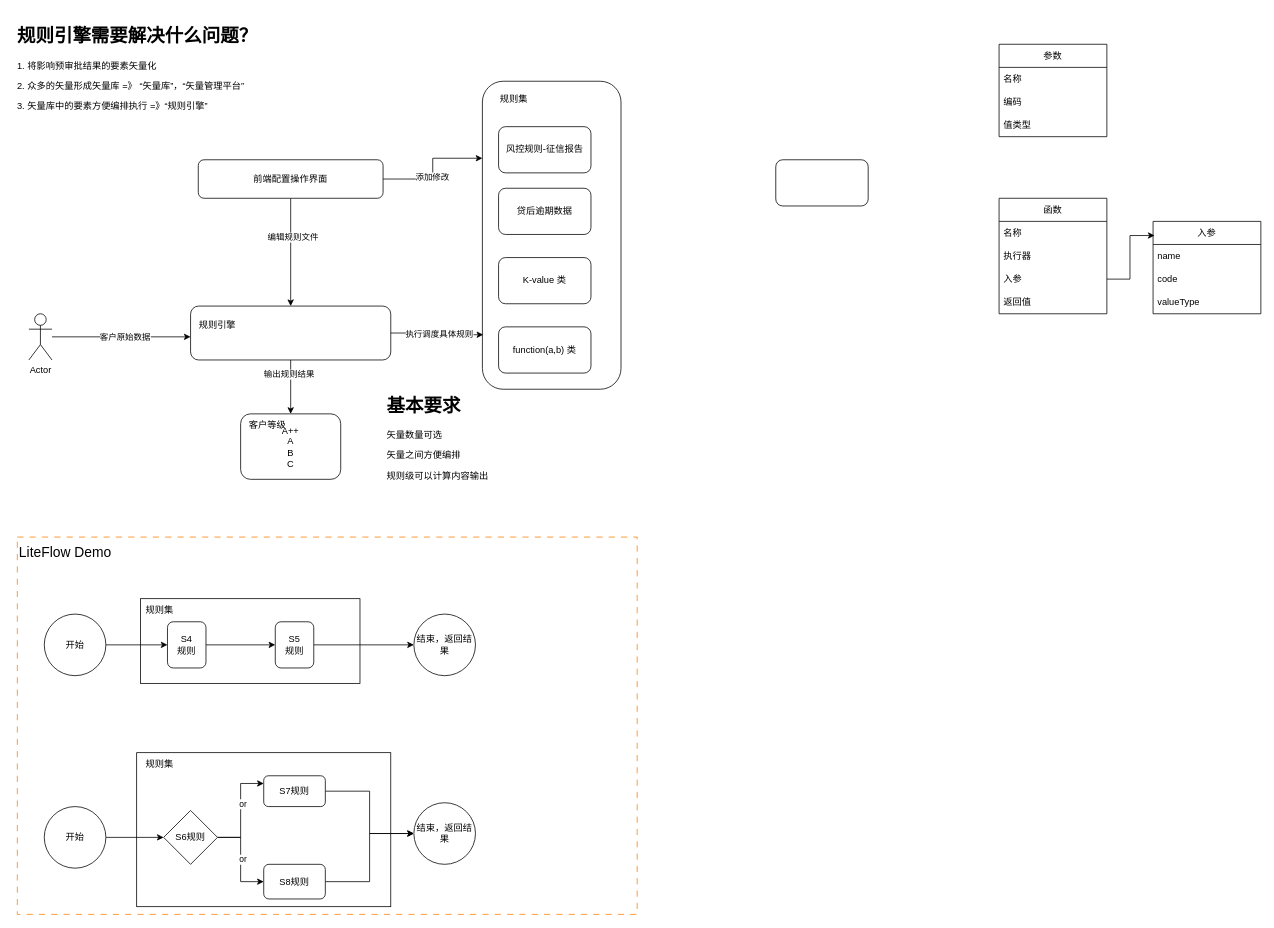
XiongZen/QJReconstitution keeps this draw.io diagram as 规则引擎-规则集.drawio. Above is the earlier version. Source tidied: cells renumbered, new cells numbered last; positions are measured from the earlier drawing's top-left corner, leaving out a move shared by most shapes. Both pictures are drawn from the tidied source at 77%, with x=0, y=0 at pixel (13, 21).
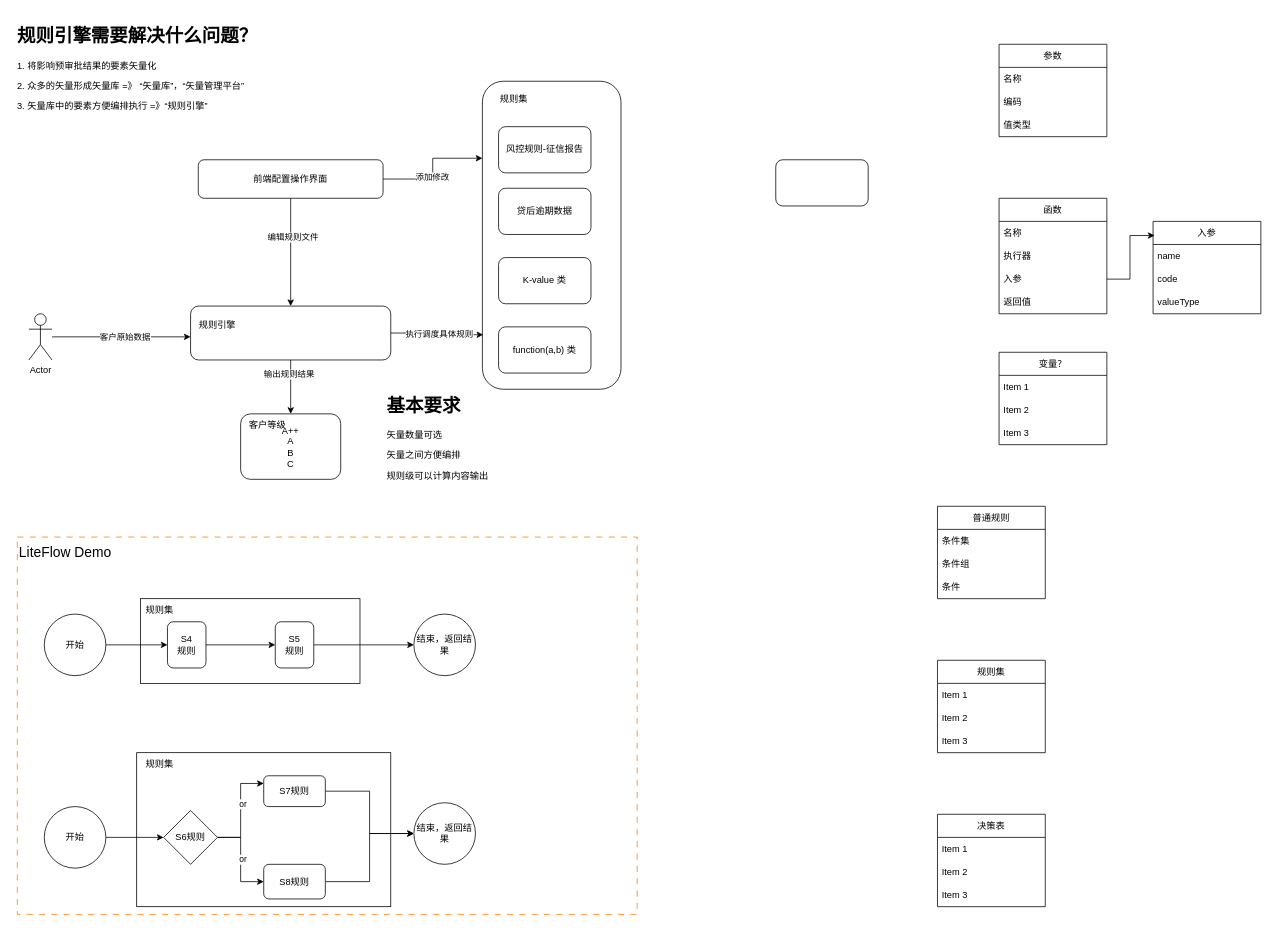
The same page after the edit.

Commit message:
更新规则引擎-规则集.drawio

Diff of the diagram source:
```diff
@@
+    <mxCell id="66" value="变量？" style="swimlane;fontStyle=0;horizontal=1;startSize=30;whiteSpace=wrap;html=1;" parent="1" vertex="1">
+      <mxGeometry x="1280" y="430" width="140" height="120" as="geometry" />
+    </mxCell>
+    <mxCell id="67" value="Item 1" style="text;strokeColor=none;fillColor=none;align=left;verticalAlign=middle;spacingLeft=4;spacingRight=4;overflow=hidden;whiteSpace=wrap;html=1;" parent="66" vertex="1">
+      <mxGeometry y="30" width="140" height="30" as="geometry" />
+    </mxCell>
+    <mxCell id="68" value="Item 2" style="text;strokeColor=none;fillColor=none;align=left;verticalAlign=middle;spacingLeft=4;spacingRight=4;overflow=hidden;whiteSpace=wrap;html=1;" parent="66" vertex="1">
+      <mxGeometry y="60" width="140" height="30" as="geometry" />
+    </mxCell>
+    <mxCell id="69" value="Item 3" style="text;strokeColor=none;fillColor=none;align=left;verticalAlign=middle;spacingLeft=4;spacingRight=4;overflow=hidden;whiteSpace=wrap;html=1;" parent="66" vertex="1">
+      <mxGeometry y="90" width="140" height="30" as="geometry" />
+    </mxCell>
+    <mxCell id="70" value="普通规则" style="swimlane;fontStyle=0;horizontal=1;startSize=30;whiteSpace=wrap;html=1;" parent="1" vertex="1">
+      <mxGeometry x="1200" y="630" width="140" height="120" as="geometry" />
+    </mxCell>
+    <mxCell id="71" value="条件集" style="text;strokeColor=none;fillColor=none;align=left;verticalAlign=middle;spacingLeft=4;spacingRight=4;overflow=hidden;whiteSpace=wrap;html=1;" parent="70" vertex="1">
+      <mxGeometry y="30" width="140" height="30" as="geometry" />
+    </mxCell>
+    <mxCell id="72" value="条件组" style="text;strokeColor=none;fillColor=none;align=left;verticalAlign=middle;spacingLeft=4;spacingRight=4;overflow=hidden;whiteSpace=wrap;html=1;" parent="70" vertex="1">
+      <mxGeometry y="60" width="140" height="30" as="geometry" />
+    </mxCell>
+    <mxCell id="73" value="条件" style="text;strokeColor=none;fillColor=none;align=left;verticalAlign=middle;spacingLeft=4;spacingRight=4;overflow=hidden;whiteSpace=wrap;html=1;" parent="70" vertex="1">
+      <mxGeometry y="90" width="140" height="30" as="geometry" />
+    </mxCell>
+    <mxCell id="74" value="规则集" style="swimlane;fontStyle=0;horizontal=1;startSize=30;whiteSpace=wrap;html=1;" parent="1" vertex="1">
+      <mxGeometry x="1200" y="830" width="140" height="120" as="geometry" />
+    </mxCell>
+    <mxCell id="75" value="Item 1" style="text;strokeColor=none;fillColor=none;align=left;verticalAlign=middle;spacingLeft=4;spacingRight=4;overflow=hidden;whiteSpace=wrap;html=1;" parent="74" vertex="1">
+      <mxGeometry y="30" width="140" height="30" as="geometry" />
+    </mxCell>
+    <mxCell id="76" value="Item 2" style="text;strokeColor=none;fillColor=none;align=left;verticalAlign=middle;spacingLeft=4;spacingRight=4;overflow=hidden;whiteSpace=wrap;html=1;" parent="74" vertex="1">
+      <mxGeometry y="60" width="140" height="30" as="geometry" />
+    </mxCell>
+    <mxCell id="77" value="Item 3" style="text;strokeColor=none;fillColor=none;align=left;verticalAlign=middle;spacingLeft=4;spacingRight=4;overflow=hidden;whiteSpace=wrap;html=1;" parent="74" vertex="1">
+      <mxGeometry y="90" width="140" height="30" as="geometry" />
+    </mxCell>
+    <mxCell id="78" value="决策表" style="swimlane;fontStyle=0;horizontal=1;startSize=30;whiteSpace=wrap;html=1;" parent="1" vertex="1">
+      <mxGeometry x="1200" y="1030" width="140" height="120" as="geometry" />
+    </mxCell>
+    <mxCell id="79" value="Item 1" style="text;strokeColor=none;fillColor=none;align=left;verticalAlign=middle;spacingLeft=4;spacingRight=4;overflow=hidden;whiteSpace=wrap;html=1;" parent="78" vertex="1">
+      <mxGeometry y="30" width="140" height="30" as="geometry" />
+    </mxCell>
+    <mxCell id="80" value="Item 2" style="text;strokeColor=none;fillColor=none;align=left;verticalAlign=middle;spacingLeft=4;spacingRight=4;overflow=hidden;whiteSpace=wrap;html=1;" parent="78" vertex="1">
+      <mxGeometry y="60" width="140" height="30" as="geometry" />
+    </mxCell>
+    <mxCell id="81" value="Item 3" style="text;strokeColor=none;fillColor=none;align=left;verticalAlign=middle;spacingLeft=4;spacingRight=4;overflow=hidden;whiteSpace=wrap;html=1;" parent="78" vertex="1">
+      <mxGeometry y="90" width="140" height="30" as="geometry" />
+    </mxCell>
```
